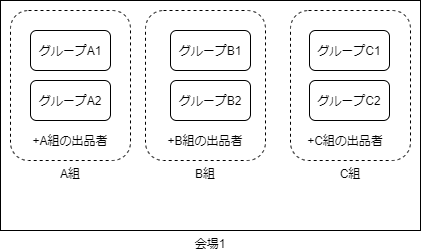
Before: 2022茨城大ゲーミング/全資料/pictures/class3.drawio.dio.png, a diagram exported from draw.io (oyamadashin/remote). Source tidied: cells renumbered, new cells last; positions are measured from the earlier drawing's top-left corner, leaving out a move shared by most shapes. Source of this version:
```xml
<mxGraphModel>
  <root>
    <mxCell id="0" />
    <mxCell id="1" parent="0" />
    <mxCell id="2" value="会場1" style="rounded=0;whiteSpace=wrap;html=1;labelPosition=center;verticalLabelPosition=bottom;align=center;verticalAlign=top;" parent="1" vertex="1">
      <mxGeometry width="420" height="230" as="geometry" />
    </mxCell>
    <mxCell id="3" value="グループA1" style="rounded=1;whiteSpace=wrap;html=1;" parent="1" vertex="1">
      <mxGeometry x="30" y="30" width="80" height="40" as="geometry" />
    </mxCell>
    <mxCell id="4" value="グループA2" style="rounded=1;whiteSpace=wrap;html=1;" parent="1" vertex="1">
      <mxGeometry x="30" y="80" width="80" height="40" as="geometry" />
    </mxCell>
    <mxCell id="5" value="+A組の出品者" style="text;html=1;strokeColor=none;fillColor=none;align=center;verticalAlign=middle;whiteSpace=wrap;rounded=0;" parent="1" vertex="1">
      <mxGeometry x="15" y="130" width="110" height="20" as="geometry" />
    </mxCell>
    <mxCell id="6" value="グループB1" style="rounded=1;whiteSpace=wrap;html=1;" parent="1" vertex="1">
      <mxGeometry x="170" y="30" width="80" height="40" as="geometry" />
    </mxCell>
    <mxCell id="7" value="グループB2" style="rounded=1;whiteSpace=wrap;html=1;" parent="1" vertex="1">
      <mxGeometry x="170" y="80" width="80" height="40" as="geometry" />
    </mxCell>
    <mxCell id="8" value="+B組の出品者" style="text;html=1;strokeColor=none;fillColor=none;align=center;verticalAlign=middle;whiteSpace=wrap;rounded=0;" parent="1" vertex="1">
      <mxGeometry x="150" y="130" width="110" height="20" as="geometry" />
    </mxCell>
    <mxCell id="9" value="グループC1" style="rounded=1;whiteSpace=wrap;html=1;" parent="1" vertex="1">
      <mxGeometry x="309" y="30" width="80" height="40" as="geometry" />
    </mxCell>
    <mxCell id="10" value="グループC2" style="rounded=1;whiteSpace=wrap;html=1;" parent="1" vertex="1">
      <mxGeometry x="309" y="80" width="80" height="40" as="geometry" />
    </mxCell>
    <mxCell id="11" value="+C組の出品者" style="text;html=1;strokeColor=none;fillColor=none;align=center;verticalAlign=middle;whiteSpace=wrap;rounded=0;" parent="1" vertex="1">
      <mxGeometry x="290" y="130" width="110" height="20" as="geometry" />
    </mxCell>
    <mxCell id="12" value="A組" style="rounded=1;whiteSpace=wrap;html=1;dashed=1;fillColor=none;labelPosition=center;verticalLabelPosition=bottom;align=center;verticalAlign=top;" parent="1" vertex="1">
      <mxGeometry x="10" y="10" width="120" height="150" as="geometry" />
    </mxCell>
    <mxCell id="13" value="B組" style="rounded=1;whiteSpace=wrap;html=1;dashed=1;fillColor=none;labelPosition=center;verticalLabelPosition=bottom;align=center;verticalAlign=top;" parent="1" vertex="1">
      <mxGeometry x="145" y="10" width="120" height="150" as="geometry" />
    </mxCell>
    <mxCell id="14" value="C組" style="rounded=1;whiteSpace=wrap;html=1;dashed=1;fillColor=none;labelPosition=center;verticalLabelPosition=bottom;align=center;verticalAlign=top;" parent="1" vertex="1">
      <mxGeometry x="290" y="10" width="120" height="150" as="geometry" />
    </mxCell>
  </root>
</mxGraphModel>
```
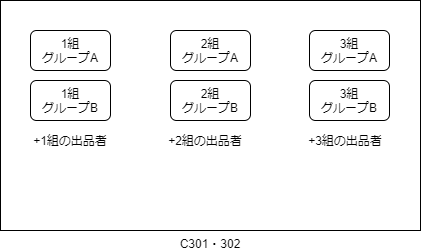
After the commit.

What changed in the source:
```diff
@@ -2,44 +2,44 @@
   <root>
     <mxCell id="0" />
     <mxCell id="1" parent="0" />
+    <mxCell id="14" value="C組" style="rounded=1;whiteSpace=wrap;html=1;dashed=1;fillColor=none;labelPosition=center;verticalLabelPosition=bottom;align=center;verticalAlign=top;" parent="1" vertex="1">
+      <mxGeometry x="290" y="10" width="120" height="150" as="geometry" />
+    </mxCell>
+    <mxCell id="13" value="B組" style="rounded=1;whiteSpace=wrap;html=1;dashed=1;fillColor=none;labelPosition=center;verticalLabelPosition=bottom;align=center;verticalAlign=top;" parent="1" vertex="1">
+      <mxGeometry x="145" y="10" width="120" height="150" as="geometry" />
+    </mxCell>
+    <mxCell id="12" value="A組" style="rounded=1;whiteSpace=wrap;html=1;dashed=1;fillColor=none;labelPosition=center;verticalLabelPosition=bottom;align=center;verticalAlign=top;" parent="1" vertex="1">
+      <mxGeometry x="10" y="10" width="120" height="150" as="geometry" />
+    </mxCell>
-    <mxCell id="2" value="会場1" style="rounded=0;whiteSpace=wrap;html=1;labelPosition=center;verticalLabelPosition=bottom;align=center;verticalAlign=top;" parent="1" vertex="1">
+    <mxCell id="2" value="C301・302" style="rounded=0;whiteSpace=wrap;html=1;labelPosition=center;verticalLabelPosition=bottom;align=center;verticalAlign=top;" parent="1" vertex="1">
       <mxGeometry width="420" height="230" as="geometry" />
     </mxCell>
-    <mxCell id="3" value="グループA1" style="rounded=1;whiteSpace=wrap;html=1;" parent="1" vertex="1">
+    <mxCell id="3" value="1組&lt;br&gt;グループA" style="rounded=1;whiteSpace=wrap;html=1;" parent="1" vertex="1">
       <mxGeometry x="30" y="30" width="80" height="40" as="geometry" />
     </mxCell>
-    <mxCell id="4" value="グループA2" style="rounded=1;whiteSpace=wrap;html=1;" parent="1" vertex="1">
+    <mxCell id="4" value="1組&lt;br&gt;グループB" style="rounded=1;whiteSpace=wrap;html=1;" parent="1" vertex="1">
       <mxGeometry x="30" y="80" width="80" height="40" as="geometry" />
     </mxCell>
-    <mxCell id="5" value="+A組の出品者" style="text;html=1;strokeColor=none;fillColor=none;align=center;verticalAlign=middle;whiteSpace=wrap;rounded=0;" parent="1" vertex="1">
+    <mxCell id="5" value="+1組の出品者" style="text;html=1;strokeColor=none;fillColor=none;align=center;verticalAlign=middle;whiteSpace=wrap;rounded=0;" parent="1" vertex="1">
       <mxGeometry x="15" y="130" width="110" height="20" as="geometry" />
     </mxCell>
-    <mxCell id="6" value="グループB1" style="rounded=1;whiteSpace=wrap;html=1;" parent="1" vertex="1">
+    <mxCell id="6" value="2組&lt;br&gt;グループA" style="rounded=1;whiteSpace=wrap;html=1;" parent="1" vertex="1">
       <mxGeometry x="170" y="30" width="80" height="40" as="geometry" />
     </mxCell>
-    <mxCell id="7" value="グループB2" style="rounded=1;whiteSpace=wrap;html=1;" parent="1" vertex="1">
+    <mxCell id="7" value="2組&lt;br&gt;グループB" style="rounded=1;whiteSpace=wrap;html=1;" parent="1" vertex="1">
       <mxGeometry x="170" y="80" width="80" height="40" as="geometry" />
     </mxCell>
-    <mxCell id="8" value="+B組の出品者" style="text;html=1;strokeColor=none;fillColor=none;align=center;verticalAlign=middle;whiteSpace=wrap;rounded=0;" parent="1" vertex="1">
+    <mxCell id="8" value="+2組の出品者" style="text;html=1;strokeColor=none;fillColor=none;align=center;verticalAlign=middle;whiteSpace=wrap;rounded=0;" parent="1" vertex="1">
       <mxGeometry x="150" y="130" width="110" height="20" as="geometry" />
     </mxCell>
-    <mxCell id="9" value="グループC1" style="rounded=1;whiteSpace=wrap;html=1;" parent="1" vertex="1">
+    <mxCell id="9" value="3組&lt;br&gt;グループA" style="rounded=1;whiteSpace=wrap;html=1;" parent="1" vertex="1">
       <mxGeometry x="309" y="30" width="80" height="40" as="geometry" />
     </mxCell>
-    <mxCell id="10" value="グループC2" style="rounded=1;whiteSpace=wrap;html=1;" parent="1" vertex="1">
+    <mxCell id="10" value="3組&lt;br&gt;グループB" style="rounded=1;whiteSpace=wrap;html=1;" parent="1" vertex="1">
       <mxGeometry x="309" y="80" width="80" height="40" as="geometry" />
     </mxCell>
-    <mxCell id="11" value="+C組の出品者" style="text;html=1;strokeColor=none;fillColor=none;align=center;verticalAlign=middle;whiteSpace=wrap;rounded=0;" parent="1" vertex="1">
+    <mxCell id="11" value="+3組の出品者" style="text;html=1;strokeColor=none;fillColor=none;align=center;verticalAlign=middle;whiteSpace=wrap;rounded=0;" parent="1" vertex="1">
       <mxGeometry x="290" y="130" width="110" height="20" as="geometry" />
     </mxCell>
-    <mxCell id="12" value="A組" style="rounded=1;whiteSpace=wrap;html=1;dashed=1;fillColor=none;labelPosition=center;verticalLabelPosition=bottom;align=center;verticalAlign=top;" parent="1" vertex="1">
-      <mxGeometry x="10" y="10" width="120" height="150" as="geometry" />
-    </mxCell>
-    <mxCell id="13" value="B組" style="rounded=1;whiteSpace=wrap;html=1;dashed=1;fillColor=none;labelPosition=center;verticalLabelPosition=bottom;align=center;verticalAlign=top;" parent="1" vertex="1">
-      <mxGeometry x="145" y="10" width="120" height="150" as="geometry" />
-    </mxCell>
-    <mxCell id="14" value="C組" style="rounded=1;whiteSpace=wrap;html=1;dashed=1;fillColor=none;labelPosition=center;verticalLabelPosition=bottom;align=center;verticalAlign=top;" parent="1" vertex="1">
-      <mxGeometry x="290" y="10" width="120" height="150" as="geometry" />
-    </mxCell>
   </root>
 </mxGraphModel>
```
